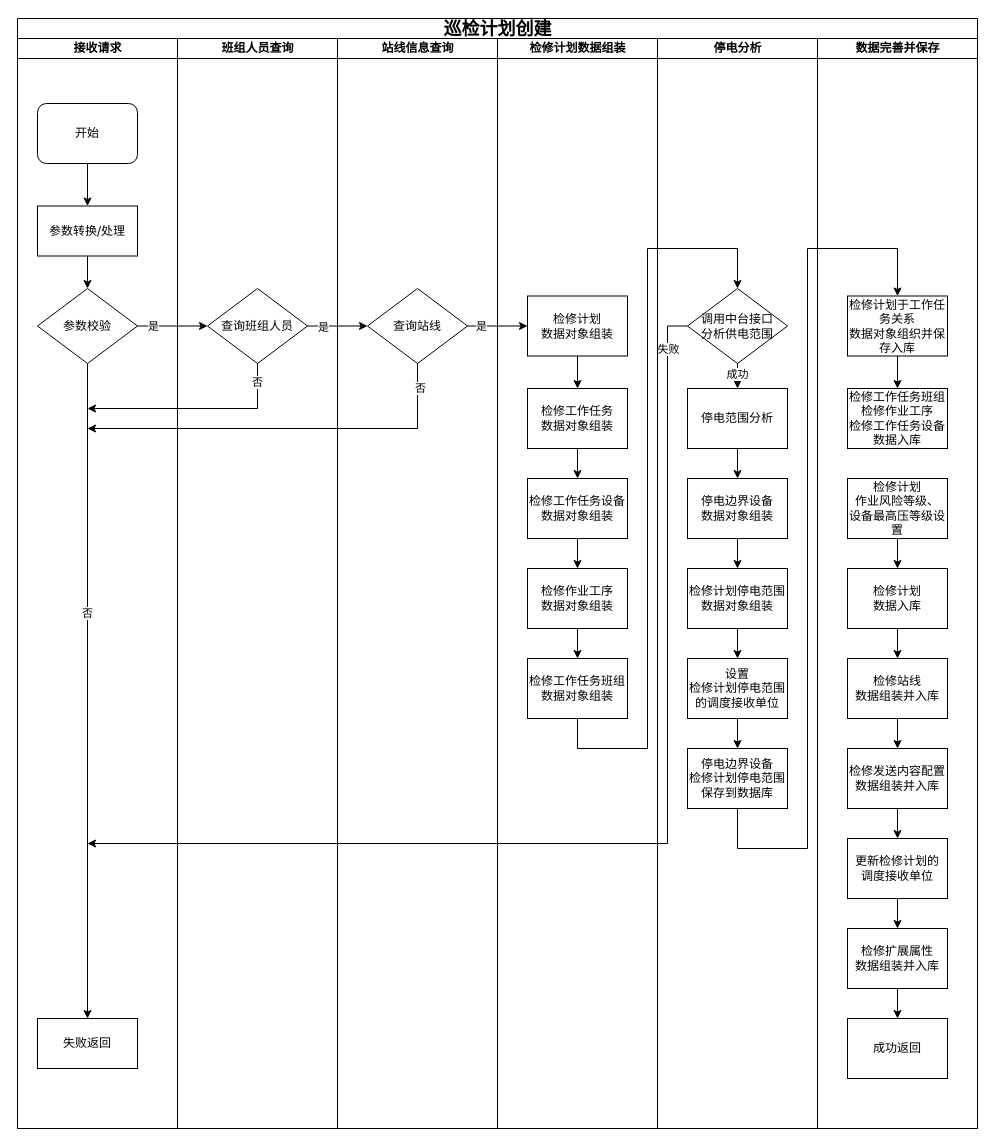
The draw.io diagram 巡检计划创建.drawio in wwwwbo/myDraw, before the edit. Source tidied: cells renumbered, new cells numbered last; positions are measured from the earlier drawing's top-left corner, leaving out a move shared by most shapes. Both pictures are drawn from the tidied source at 100%, with x=0, y=0 at pixel (17, 18).
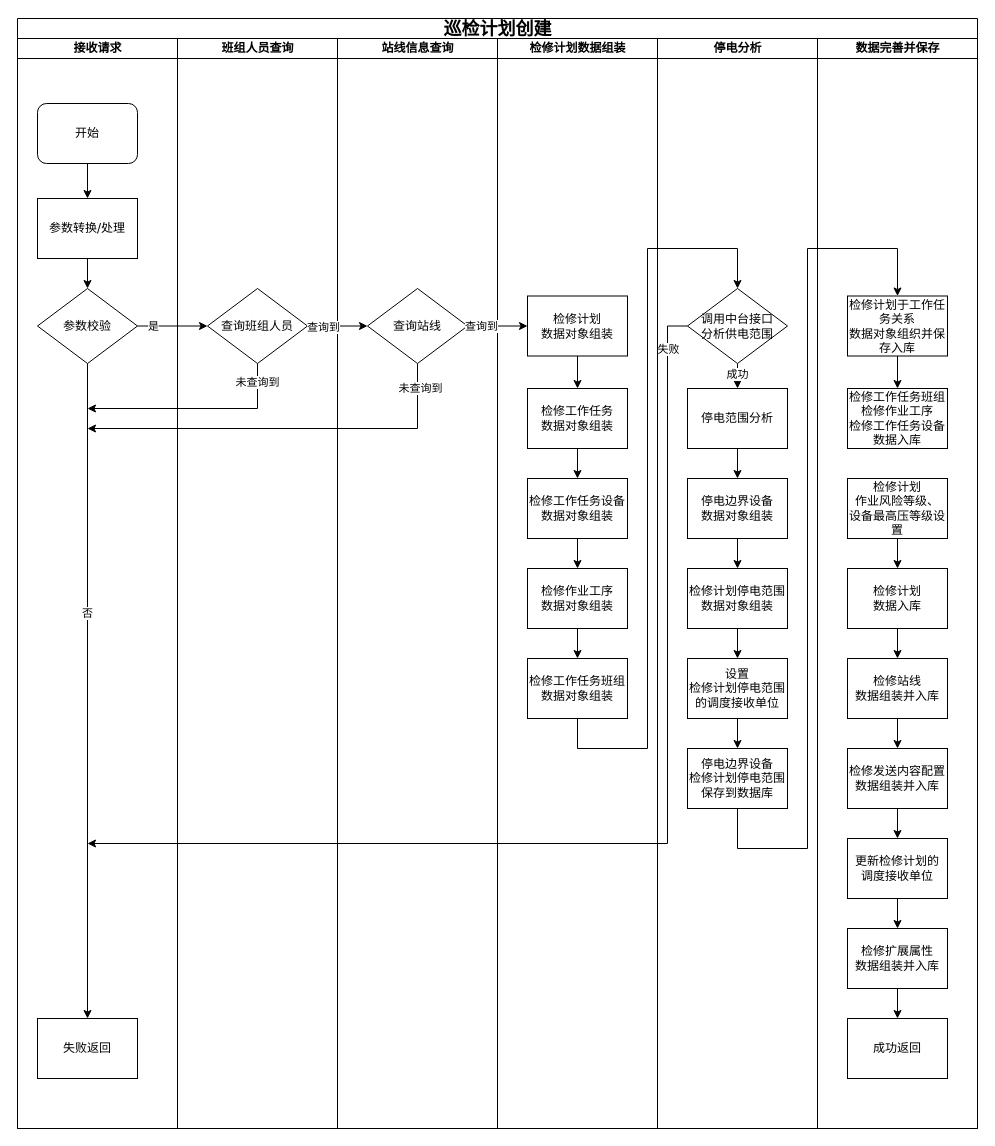
After the change.

Commit message:
更新巡检计划创建.drawio

Unchanged cells that the change refers to:
```xml
<mxCell id="3" value="接收请求" style="swimlane;html=1;startSize=20;" parent="2" vertex="1">
  <mxGeometry y="20" width="160" height="1090" as="geometry" />
</mxCell>
<mxCell id="8" value="&lt;font style=&quot;font-size: 12px;&quot;&gt;参数校验&lt;/font&gt;" style="rhombus;whiteSpace=wrap;html=1;rounded=0;shadow=0;labelBackgroundColor=none;strokeWidth=1;fontFamily=Verdana;fontSize=8;align=center;" parent="3" vertex="1">
  <mxGeometry x="20" y="250" width="100" height="75" as="geometry" />
</mxCell>
<mxCell id="14" style="edgeStyle=orthogonalEdgeStyle;rounded=0;jettySize=auto;html=1;" parent="12" edge="1" source="13">
  <mxGeometry relative="1" as="geometry">
    <mxPoint x="-90" y="370" as="targetPoint" />
    <Array as="points">
      <mxPoint x="80" y="370" />
      <mxPoint x="-90" y="370" />
    </Array>
  </mxGeometry>
</mxCell>
<mxCell id="17" style="edgeStyle=orthogonalEdgeStyle;rounded=0;jettySize=auto;html=1;exitX=0.5;exitY=1;exitDx=0;exitDy=0;" parent="16" edge="1" source="19">
  <mxGeometry relative="1" as="geometry">
    <mxPoint x="-250" y="390" as="targetPoint" />
    <Array as="points">
      <mxPoint x="80" y="390" />
    </Array>
  </mxGeometry>
</mxCell>
<mxCell id="45" style="edgeStyle=orthogonalEdgeStyle;rounded=0;jettySize=auto;html=1;exitX=1;exitY=0.5;exitDx=0;exitDy=0;entryX=0;entryY=0.5;entryDx=0;entryDy=0;" parent="2" edge="1" source="13" target="19">
  <mxGeometry relative="1" as="geometry" />
</mxCell>
<mxCell id="47" style="edgeStyle=orthogonalEdgeStyle;rounded=0;jettySize=auto;html=1;" parent="2" edge="1" source="19" target="22">
  <mxGeometry relative="1" as="geometry" />
</mxCell>
```

What changed in the source:
```diff
@@
-    <mxCell id="6" style="edgeStyle=orthogonalEdgeStyle;rounded=0;jettySize=auto;html=1;exitX=0.5;exitY=1;exitDx=0;exitDy=0;entryX=0.5;entryY=0;entryDx=0;entryDy=0;" parent="3" edge="1" source="7" target="8">
+    <mxCell id="6" style="edgeStyle=orthogonalEdgeStyle;rounded=0;jettySize=auto;html=1;entryX=0.5;entryY=0;entryDx=0;entryDy=0;exitX=0.5;exitY=1;exitDx=0;exitDy=0;" parent="3" edge="1" source="7" target="8">
       <mxGeometry relative="1" as="geometry" />
     </mxCell>
-    <mxCell id="7" value="&lt;span style=&quot;font-family: Verdana;&quot;&gt;参数转换/处理&lt;/span&gt;" style="rounded=0;whiteSpace=wrap;html=1;" parent="3" vertex="1">
-      <mxGeometry x="20" y="167.5" width="100" height="50" as="geometry" />
-    </mxCell>
@@
-    <mxCell id="9" value="失败返回" style="rounded=0;whiteSpace=wrap;html=1;" parent="3" vertex="1">
-      <mxGeometry x="20" y="980" width="100" height="50" as="geometry" />
-    </mxCell>
-    <mxCell id="10" style="edgeStyle=orthogonalEdgeStyle;rounded=0;jettySize=auto;html=1;exitX=0.5;exitY=1;exitDx=0;exitDy=0;entryX=0.5;entryY=0;entryDx=0;entryDy=0;" parent="3" edge="1" source="8" target="9">
-      <mxGeometry relative="1" as="geometry" />
+    <mxCell id="10" style="edgeStyle=orthogonalEdgeStyle;rounded=0;jettySize=auto;html=1;exitX=0.5;exitY=1;exitDx=0;exitDy=0;entryX=0.5;entryY=0;entryDx=0;entryDy=0;" parent="3" edge="1" source="8">
+      <mxGeometry relative="1" as="geometry">
+        <mxPoint x="70" y="980" as="targetPoint" />
+      </mxGeometry>
     </mxCell>
@@
+    <mxCell id="9" value="&lt;span style=&quot;font-size: 12px;&quot;&gt;失败返回&lt;/span&gt;" style="whiteSpace=wrap;html=1;fontSize=8;fontFamily=Verdana;rounded=0;shadow=0;labelBackgroundColor=none;strokeWidth=1;" parent="3" vertex="1">
+      <mxGeometry x="20" y="980" width="100" height="60" as="geometry" />
+    </mxCell>
+    <mxCell id="7" value="&lt;span style=&quot;font-size: 12px;&quot;&gt;参数转换/处理&lt;/span&gt;" style="whiteSpace=wrap;html=1;fontSize=8;fontFamily=Verdana;rounded=0;shadow=0;labelBackgroundColor=none;strokeWidth=1;" parent="3" vertex="1">
+      <mxGeometry x="20" y="160" width="100" height="60" as="geometry" />
+    </mxCell>
@@
-    <mxCell id="15" value="否" style="edgeLabel;html=1;align=center;verticalAlign=middle;" parent="14" vertex="1">
+    <mxCell id="15" value="未查询到" style="edgeLabel;html=1;align=center;verticalAlign=middle;" parent="14" vertex="1">
       <mxGeometry x="-0.83" y="-1" relative="1" as="geometry" />
     </mxCell>
@@
-    <mxCell id="18" value="否" style="edgeLabel;html=1;align=center;verticalAlign=middle;" parent="17" vertex="1">
+    <mxCell id="18" value="未查询到" style="edgeLabel;html=1;align=center;verticalAlign=middle;" parent="17" vertex="1">
       <mxGeometry x="-0.88" y="2" relative="1" as="geometry" />
     </mxCell>
@@
-    <mxCell id="46" value="是" style="edgeLabel;html=1;align=center;verticalAlign=middle;" parent="45" vertex="1">
+    <mxCell id="46" value="查询到" style="edgeLabel;html=1;align=center;verticalAlign=middle;" parent="45" vertex="1">
       <mxGeometry x="-0.51" y="-1" relative="1" as="geometry" />
     </mxCell>
@@
-    <mxCell id="48" value="是" style="edgeLabel;html=1;align=center;verticalAlign=middle;" parent="47" vertex="1">
+    <mxCell id="48" value="查询到" style="edgeLabel;html=1;align=center;verticalAlign=middle;" parent="47" vertex="1">
       <mxGeometry x="-0.57" relative="1" as="geometry" />
     </mxCell>
```
